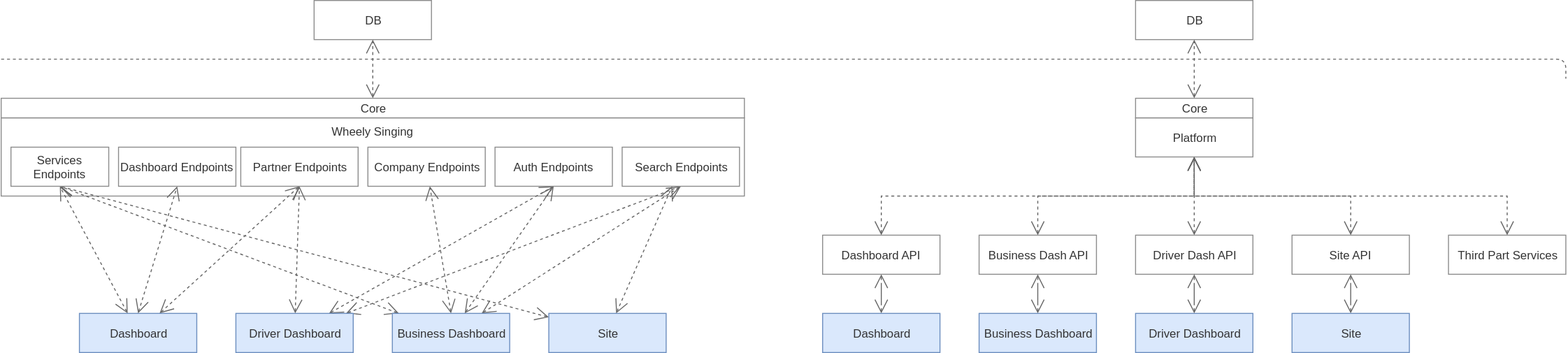
Earlier version of the draw.io export api-schema.svg (ajile/draw-io). Source tidied: cells renumbered, new cells last; positions are measured from the earlier drawing's top-left corner, leaving out a move shared by most shapes.
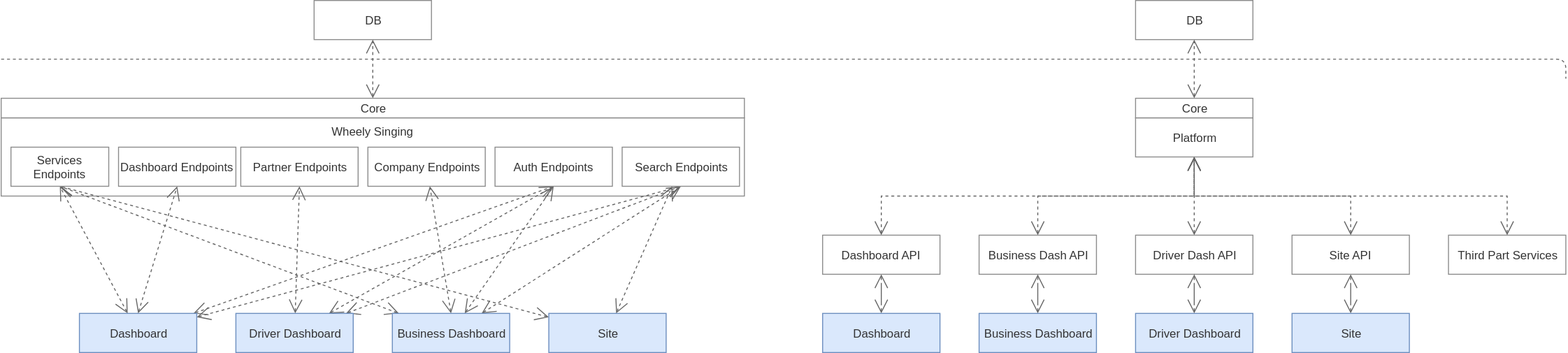
After the commit.

The edit, as a diff of the source:
```diff
@@ -131,9 +131,12 @@
     <mxCell id="43" style="edgeStyle=none;rounded=0;html=1;entryX=0.5;entryY=1;dashed=1;startArrow=open;startFill=0;startSize=12;endArrow=open;endFill=0;endSize=12;jettySize=auto;strokeColor=#666666;strokeWidth=1;fontSize=12;fontColor=#333333;" parent="1" edge="1" source="45" target="51">
       <mxGeometry relative="1" as="geometry" />
     </mxCell>
-    <mxCell id="44" style="edgeStyle=none;rounded=0;html=1;entryX=0.5;entryY=1;dashed=1;startArrow=open;startFill=0;startSize=12;endArrow=open;endFill=0;endSize=12;jettySize=auto;strokeColor=#666666;strokeWidth=1;fontSize=12;fontColor=#333333;" parent="1" edge="1" source="45" target="46">
-      <mxGeometry relative="1" as="geometry" />
-    </mxCell>
+    <mxCell id="52" style="edgeStyle=none;rounded=0;html=1;entryX=0.5;entryY=1;dashed=1;startArrow=open;startFill=0;startSize=12;endArrow=open;endFill=0;endSize=12;jettySize=auto;strokeColor=#666666;strokeWidth=1;fontSize=12;fontColor=#333333;" parent="1" edge="1" source="45" target="49">
+      <mxGeometry relative="1" as="geometry" />
+    </mxCell>
+    <mxCell id="53" style="edgeStyle=none;rounded=0;html=1;entryX=0.5;entryY=1;dashed=1;startArrow=open;startFill=0;startSize=12;endArrow=open;endFill=0;endSize=12;jettySize=auto;strokeColor=#666666;strokeWidth=1;fontSize=12;fontColor=#333333;" parent="1" edge="1" source="45" target="48">
+      <mxGeometry relative="1" as="geometry" />
+    </mxCell>
     <mxCell id="45" value="Dashboard" style="rounded=0;whiteSpace=wrap;html=1;strokeColor=#6c8ebf;fontSize=12;fontColor=#333333;align=center;fillColor=#dae8fc;" parent="1" vertex="1">
       <mxGeometry x="80" y="320" width="120" height="40" as="geometry" />
     </mxCell>
```
